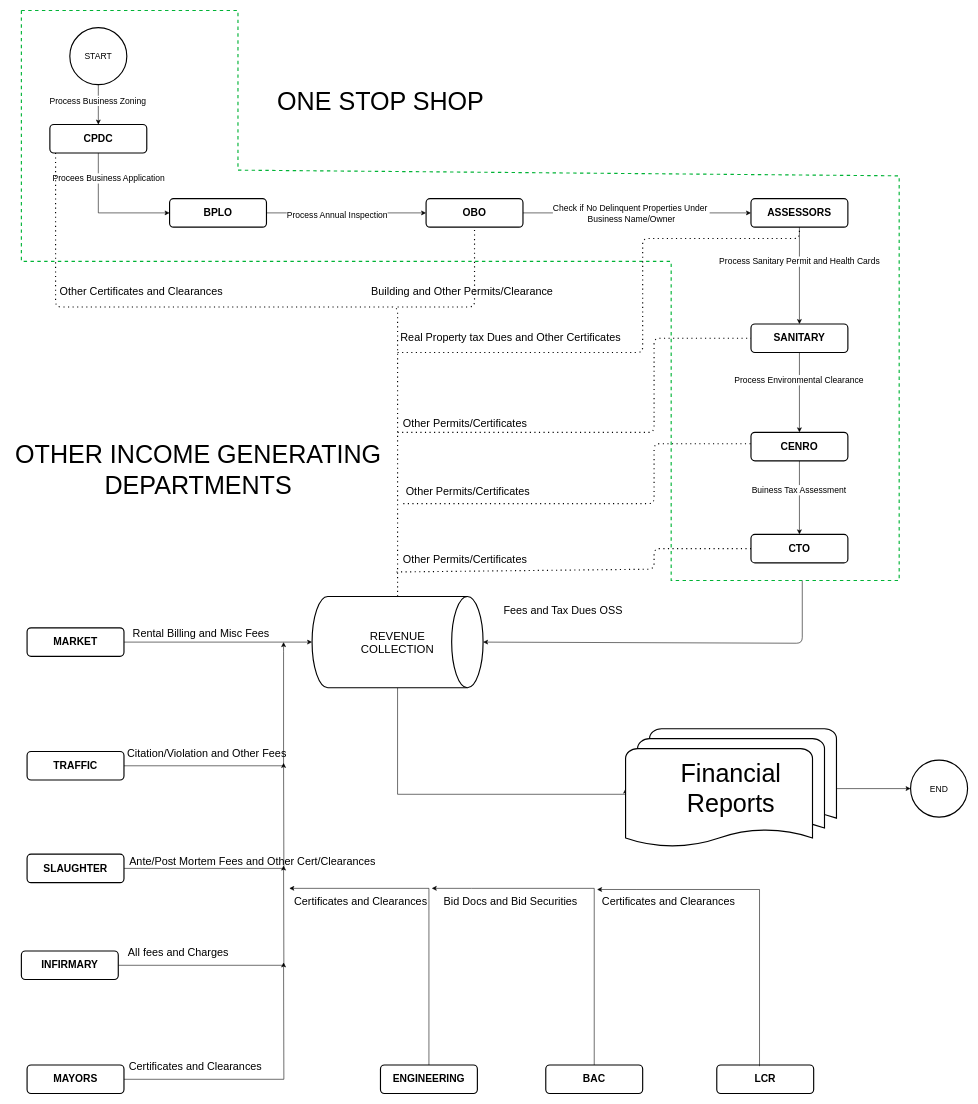
Before: Untitled Diagram.drawio in sonjie24/Schema, a draw.io diagram. Source tidied: cells renumbered, new cells numbered last; positions are measured from the earlier drawing's top-left corner, leaving out a move shared by most shapes. Both pictures are drawn from the tidied source at 57%, with x=0, y=0 at pixel (10, 10).
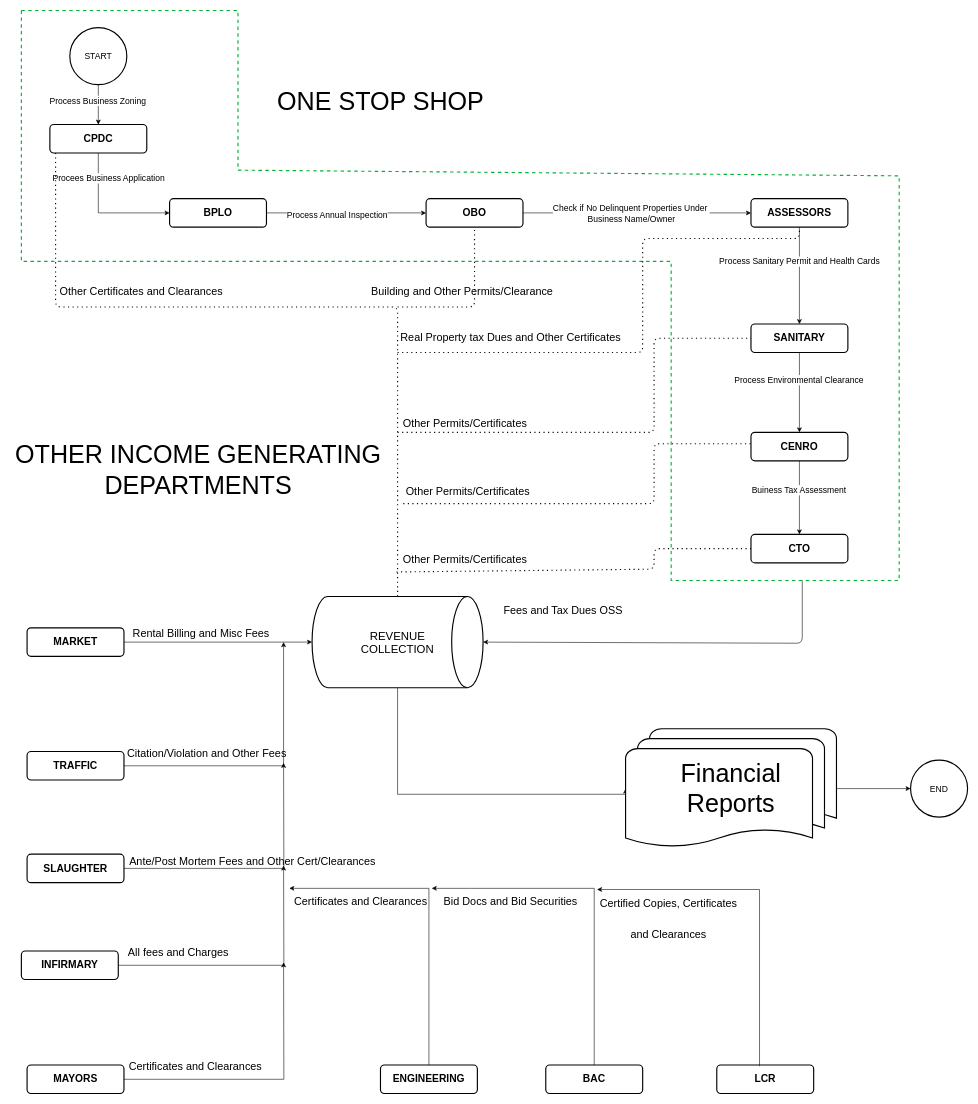
After the change.

Diff of the diagram source:
```diff
@@
-    <mxCell id="69" value="&lt;span style=&quot;font-size: 19px&quot;&gt;Certificates and Clearances&lt;/span&gt;" style="text;html=1;align=center;verticalAlign=middle;fontSize=44;fontFamily=Helvetica;" parent="1" vertex="1">
-      <mxGeometry x="1030" y="1520" width="250" height="70" as="geometry" />
+    <mxCell id="69" value="&lt;span style=&quot;font-size: 19px&quot;&gt;Certified Copies, Certificates &lt;br&gt;and Clearances&lt;/span&gt;" style="text;html=1;align=center;verticalAlign=middle;fontSize=44;fontFamily=Helvetica;" parent="1" vertex="1">
+      <mxGeometry x="1025" y="1520" width="260" height="130" as="geometry" />
     </mxCell>
```
